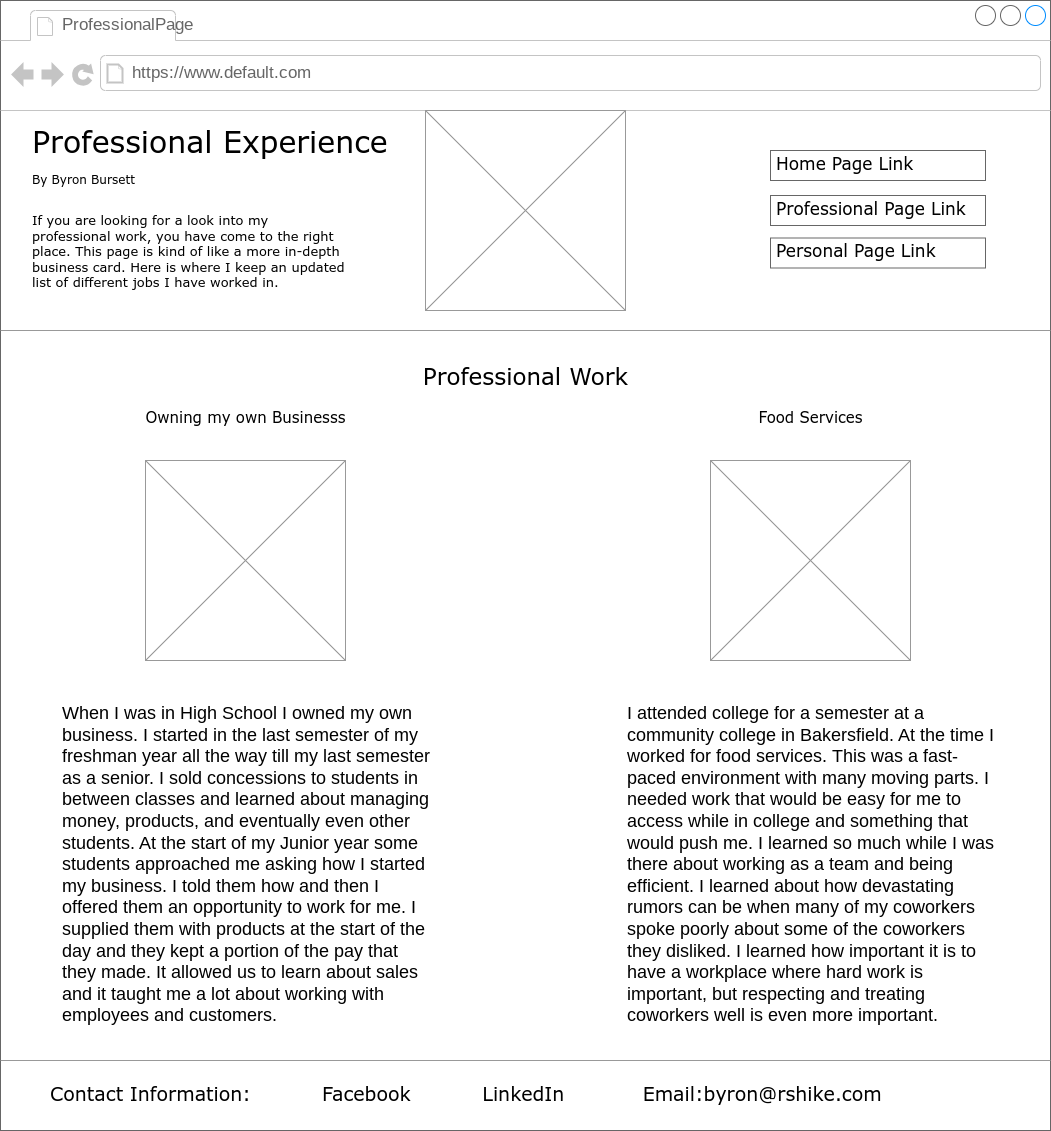
Before: personalwebsite/images/Professional Page.drawio.png, a diagram exported from draw.io (pizzapie000/wdd130). Source tidied: cells renumbered, new cells last; positions are measured from the earlier drawing's top-left corner, leaving out a move shared by most shapes. The source it was exported from:
```xml
<mxGraphModel background="#ffffff">
  <root>
    <mxCell id="0" />
    <mxCell id="1" parent="0" />
    <mxCell id="2" style="strokeWidth=1;shadow=0;dashed=0;align=center;html=1;shape=mxgraph.mockup.containers.browserWindow;rSize=0;strokeColor=#666666;mainText=,;rounded=0;labelBackgroundColor=none;fontFamily=Verdana;fontSize=12;" parent="1" vertex="1">
      <mxGeometry width="1050" height="1130" as="geometry" />
    </mxCell>
    <mxCell id="3" value="ProfessionalPage" style="strokeWidth=1;shadow=0;dashed=0;align=center;html=1;shape=mxgraph.mockup.containers.anchor;fontSize=17;fontColor=#666666;align=left;" parent="2" vertex="1">
      <mxGeometry x="60" y="12" width="110" height="26" as="geometry" />
    </mxCell>
    <mxCell id="4" value="https://www.default.com" style="strokeWidth=1;shadow=0;dashed=0;align=center;html=1;shape=mxgraph.mockup.containers.anchor;rSize=0;fontSize=17;fontColor=#666666;align=left;" parent="2" vertex="1">
      <mxGeometry x="130" y="60" width="250" height="26" as="geometry" />
    </mxCell>
    <mxCell id="5" value="Professional Experience" style="text;html=1;align=left;verticalAlign=top;spacingTop=-4;fontSize=30;fontFamily=Verdana;" parent="2" vertex="1">
      <mxGeometry x="30" y="120" width="340" height="50" as="geometry" />
    </mxCell>
    <mxCell id="6" value="&lt;font style=&quot;font-size: 13px;&quot;&gt;If you are looking for a look into my professional work, you have come to the right place. This page is kind of like a more in-depth business card. Here is where I keep an updated list of different jobs I have worked in.&lt;/font&gt;" style="text;html=1;align=left;verticalAlign=top;spacingTop=-4;fontSize=12;fontFamily=Verdana;whiteSpace=wrap;" parent="2" vertex="1">
      <mxGeometry x="30" y="210" width="320" height="85" as="geometry" />
    </mxCell>
    <mxCell id="7" value="By Byron Bursett" style="text;html=1;align=left;verticalAlign=top;spacingTop=-4;fontSize=12;fontFamily=Verdana;whiteSpace=wrap;" parent="2" vertex="1">
      <mxGeometry x="30" y="170" width="240" height="40" as="geometry" />
    </mxCell>
    <mxCell id="8" style="verticalLabelPosition=bottom;shadow=0;dashed=0;align=center;html=1;verticalAlign=top;strokeWidth=1;shape=mxgraph.mockup.markup.line;strokeColor=#999999;rounded=0;labelBackgroundColor=none;fillColor=#ffffff;fontFamily=Verdana;fontSize=12;fontColor=#000000;" parent="2" vertex="1">
      <mxGeometry y="320" width="1050" height="20" as="geometry" />
    </mxCell>
    <mxCell id="9" value="Owning my own Businesss" style="text;html=1;align=center;verticalAlign=top;spacingTop=-4;fontSize=15;fontFamily=Verdana;" parent="2" vertex="1">
      <mxGeometry x="110" y="405" width="270" height="30" as="geometry" />
    </mxCell>
    <mxCell id="10" value="&lt;font style=&quot;font-size: 18px;&quot;&gt;When I was in High School I owned my own business. I started in the last semester of my freshman year all the way till my last semester as a senior. I sold concessions to students in between classes and learned about managing money, products, and eventually even other students. At the start of my Junior year some students approached me asking how I started my business. I told them how and then I offered them an opportunity to work for me. I supplied them with products at the start of the day and they kept a portion of the pay that they made. It allowed us to learn about sales and it taught me a lot about working with employees and customers.&lt;/font&gt;" style="text;spacingTop=-5;whiteSpace=wrap;html=1;align=left;fontSize=12;fontFamily=Helvetica;fillColor=none;strokeColor=none;rounded=0;shadow=1;labelBackgroundColor=none;" parent="2" vertex="1">
      <mxGeometry x="60" y="700" width="370" height="400" as="geometry" />
    </mxCell>
    <mxCell id="11" style="verticalLabelPosition=bottom;shadow=0;dashed=0;align=center;html=1;verticalAlign=top;strokeWidth=1;shape=mxgraph.mockup.graphics.simpleIcon;strokeColor=#999999;fillColor=#ffffff;rounded=0;labelBackgroundColor=none;fontFamily=Verdana;fontSize=12;fontColor=#000000;" parent="2" vertex="1">
      <mxGeometry x="145" y="460" width="200" height="200" as="geometry" />
    </mxCell>
    <mxCell id="12" value="&lt;font style=&quot;font-size: 23px;&quot;&gt;Professional Work&lt;/font&gt;" style="text;html=1;align=center;verticalAlign=top;spacingTop=-4;fontSize=15;fontFamily=Verdana;" parent="2" vertex="1">
      <mxGeometry x="365" y="360" width="320" height="30" as="geometry" />
    </mxCell>
    <mxCell id="13" style="verticalLabelPosition=bottom;shadow=0;dashed=0;align=center;html=1;verticalAlign=top;strokeWidth=1;shape=mxgraph.mockup.graphics.simpleIcon;strokeColor=#999999;fillColor=#ffffff;rounded=0;labelBackgroundColor=none;fontFamily=Verdana;fontSize=12;fontColor=#000000;" parent="2" vertex="1">
      <mxGeometry x="425" y="110" width="200" height="200" as="geometry" />
    </mxCell>
    <mxCell id="14" value="&lt;font color=&quot;#000000&quot; face=&quot;Verdana&quot;&gt;Professional Page Link&lt;/font&gt;" style="strokeWidth=1;shadow=0;dashed=0;align=center;html=1;shape=mxgraph.mockup.text.textBox;fontColor=#666666;align=left;fontSize=17;spacingLeft=4;spacingTop=-3;whiteSpace=wrap;strokeColor=#666666;mainText=;" parent="2" vertex="1">
      <mxGeometry x="770" y="195" width="215" height="30" as="geometry" />
    </mxCell>
    <mxCell id="15" value="&lt;font color=&quot;#000000&quot; face=&quot;Verdana&quot;&gt;Personal Page Link&lt;/font&gt;" style="strokeWidth=1;shadow=0;dashed=0;align=center;html=1;shape=mxgraph.mockup.text.textBox;fontColor=#666666;align=left;fontSize=17;spacingLeft=4;spacingTop=-3;whiteSpace=wrap;strokeColor=#666666;mainText=;" parent="2" vertex="1">
      <mxGeometry x="770" y="237.5" width="215" height="30" as="geometry" />
    </mxCell>
    <mxCell id="16" style="verticalLabelPosition=bottom;shadow=0;dashed=0;align=center;html=1;verticalAlign=top;strokeWidth=1;shape=mxgraph.mockup.graphics.simpleIcon;strokeColor=#999999;fillColor=#ffffff;rounded=0;labelBackgroundColor=none;fontFamily=Verdana;fontSize=12;fontColor=#000000;" parent="2" vertex="1">
      <mxGeometry x="710" y="460" width="200" height="200" as="geometry" />
    </mxCell>
    <mxCell id="17" value="Food Services" style="text;html=1;align=center;verticalAlign=top;spacingTop=-4;fontSize=15;fontFamily=Verdana;" parent="2" vertex="1">
      <mxGeometry x="675" y="405" width="270" height="30" as="geometry" />
    </mxCell>
    <mxCell id="18" value="&lt;font style=&quot;font-size: 18px;&quot;&gt;I attended college for a semester at a community college in Bakersfield. At the time I worked for food services. This was a fast-paced environment with many moving parts. I needed work that would be easy for me to access while in college and something that would push me. I learned so much while I was there about working as a team and being efficient. I learned about how devastating rumors can be when many of my coworkers spoke poorly about some of the coworkers they disliked. I learned how important it is to have a workplace where hard work is important, but respecting and treating coworkers well is even more important.&lt;/font&gt;" style="text;spacingTop=-5;whiteSpace=wrap;html=1;align=left;fontSize=12;fontFamily=Helvetica;fillColor=none;strokeColor=none;rounded=0;shadow=1;labelBackgroundColor=none;" parent="2" vertex="1">
      <mxGeometry x="625" y="700" width="370" height="400" as="geometry" />
    </mxCell>
    <mxCell id="19" style="verticalLabelPosition=bottom;shadow=0;dashed=0;align=center;html=1;verticalAlign=top;strokeWidth=1;shape=mxgraph.mockup.markup.line;strokeColor=#999999;rounded=0;labelBackgroundColor=none;fillColor=#ffffff;fontFamily=Verdana;fontSize=12;fontColor=#000000;" parent="2" vertex="1">
      <mxGeometry y="1050" width="1050" height="20" as="geometry" />
    </mxCell>
    <mxCell id="20" value="&lt;font style=&quot;font-size: 19px;&quot;&gt;Contact Information:&lt;/font&gt;" style="text;html=1;align=center;verticalAlign=top;spacingTop=-4;fontSize=15;fontFamily=Verdana;" parent="2" vertex="1">
      <mxGeometry x="15" y="1080" width="270" height="30" as="geometry" />
    </mxCell>
    <mxCell id="21" value="&lt;font style=&quot;font-size: 19px;&quot;&gt;Facebook &lt;span style=&quot;white-space: pre;&quot;&gt;&#9;&lt;span style=&quot;white-space: pre;&quot;&gt;&#9;&lt;/span&gt;&lt;/span&gt;LinkedIn &lt;span style=&quot;white-space: pre;&quot;&gt;&#9;&lt;/span&gt;&lt;span style=&quot;white-space: pre;&quot;&gt;&#9;&lt;/span&gt;Email:byron@rshike.com&lt;/font&gt;" style="text;html=1;align=left;verticalAlign=top;spacingTop=-4;fontSize=15;fontFamily=Verdana;" parent="2" vertex="1">
      <mxGeometry x="320" y="1080" width="710" height="30" as="geometry" />
    </mxCell>
    <mxCell id="22" value="&lt;font face=&quot;Verdana&quot; color=&quot;#000000&quot;&gt;Home Page Link&lt;/font&gt;" style="strokeWidth=1;shadow=0;dashed=0;align=center;html=1;shape=mxgraph.mockup.text.textBox;fontColor=#666666;align=left;fontSize=17;spacingLeft=4;spacingTop=-3;whiteSpace=wrap;strokeColor=#666666;mainText=;" parent="2" vertex="1">
      <mxGeometry x="770" y="150" width="215" height="30" as="geometry" />
    </mxCell>
  </root>
</mxGraphModel>
```
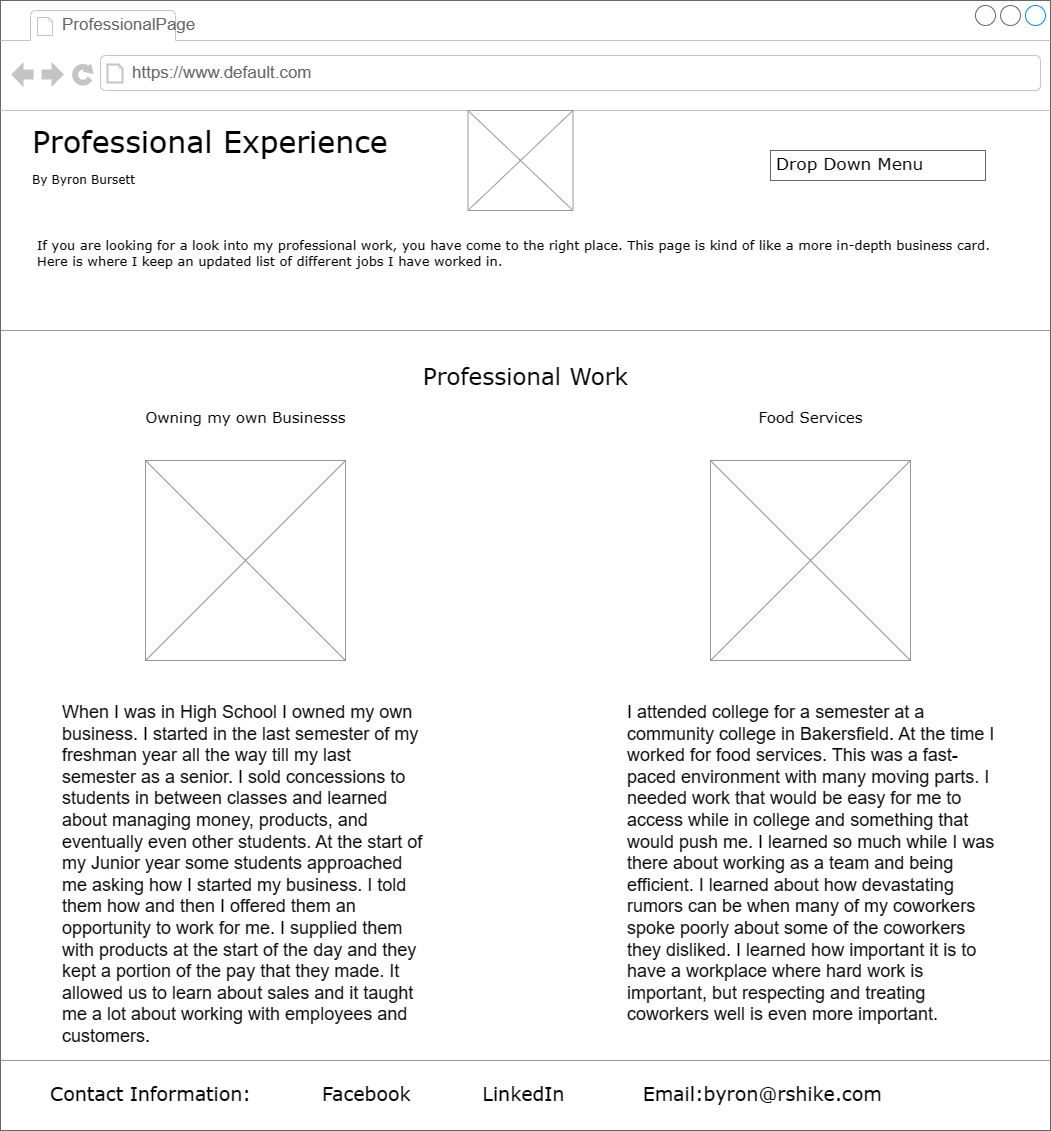
The same diagram one commit later.

What changed in the source:
```diff
@@ -15,7 +15,7 @@
       <mxGeometry x="30" y="120" width="340" height="50" as="geometry" />
     </mxCell>
     <mxCell id="6" value="&lt;font style=&quot;font-size: 13px;&quot;&gt;If you are looking for a look into my professional work, you have come to the right place. This page is kind of like a more in-depth business card. Here is where I keep an updated list of different jobs I have worked in.&lt;/font&gt;" style="text;html=1;align=left;verticalAlign=top;spacingTop=-4;fontSize=12;fontFamily=Verdana;whiteSpace=wrap;" parent="2" vertex="1">
-      <mxGeometry x="30" y="210" width="320" height="85" as="geometry" />
+      <mxGeometry x="35" y="235" width="980" height="85" as="geometry" />
     </mxCell>
     <mxCell id="7" value="By Byron Bursett" style="text;html=1;align=left;verticalAlign=top;spacingTop=-4;fontSize=12;fontFamily=Verdana;whiteSpace=wrap;" parent="2" vertex="1">
       <mxGeometry x="30" y="170" width="240" height="40" as="geometry" />
@@ -36,14 +36,8 @@
       <mxGeometry x="365" y="360" width="320" height="30" as="geometry" />
     </mxCell>
     <mxCell id="13" style="verticalLabelPosition=bottom;shadow=0;dashed=0;align=center;html=1;verticalAlign=top;strokeWidth=1;shape=mxgraph.mockup.graphics.simpleIcon;strokeColor=#999999;fillColor=#ffffff;rounded=0;labelBackgroundColor=none;fontFamily=Verdana;fontSize=12;fontColor=#000000;" parent="2" vertex="1">
-      <mxGeometry x="425" y="110" width="200" height="200" as="geometry" />
+      <mxGeometry x="467.5" y="110" width="105" height="100" as="geometry" />
     </mxCell>
-    <mxCell id="14" value="&lt;font color=&quot;#000000&quot; face=&quot;Verdana&quot;&gt;Professional Page Link&lt;/font&gt;" style="strokeWidth=1;shadow=0;dashed=0;align=center;html=1;shape=mxgraph.mockup.text.textBox;fontColor=#666666;align=left;fontSize=17;spacingLeft=4;spacingTop=-3;whiteSpace=wrap;strokeColor=#666666;mainText=;" parent="2" vertex="1">
-      <mxGeometry x="770" y="195" width="215" height="30" as="geometry" />
-    </mxCell>
-    <mxCell id="15" value="&lt;font color=&quot;#000000&quot; face=&quot;Verdana&quot;&gt;Personal Page Link&lt;/font&gt;" style="strokeWidth=1;shadow=0;dashed=0;align=center;html=1;shape=mxgraph.mockup.text.textBox;fontColor=#666666;align=left;fontSize=17;spacingLeft=4;spacingTop=-3;whiteSpace=wrap;strokeColor=#666666;mainText=;" parent="2" vertex="1">
-      <mxGeometry x="770" y="237.5" width="215" height="30" as="geometry" />
-    </mxCell>
     <mxCell id="16" style="verticalLabelPosition=bottom;shadow=0;dashed=0;align=center;html=1;verticalAlign=top;strokeWidth=1;shape=mxgraph.mockup.graphics.simpleIcon;strokeColor=#999999;fillColor=#ffffff;rounded=0;labelBackgroundColor=none;fontFamily=Verdana;fontSize=12;fontColor=#000000;" parent="2" vertex="1">
       <mxGeometry x="710" y="460" width="200" height="200" as="geometry" />
     </mxCell>
@@ -62,7 +56,7 @@
     <mxCell id="21" value="&lt;font style=&quot;font-size: 19px;&quot;&gt;Facebook &lt;span style=&quot;white-space: pre;&quot;&gt;&#9;&lt;span style=&quot;white-space: pre;&quot;&gt;&#9;&lt;/span&gt;&lt;/span&gt;LinkedIn &lt;span style=&quot;white-space: pre;&quot;&gt;&#9;&lt;/span&gt;&lt;span style=&quot;white-space: pre;&quot;&gt;&#9;&lt;/span&gt;Email:byron@rshike.com&lt;/font&gt;" style="text;html=1;align=left;verticalAlign=top;spacingTop=-4;fontSize=15;fontFamily=Verdana;" parent="2" vertex="1">
       <mxGeometry x="320" y="1080" width="710" height="30" as="geometry" />
     </mxCell>
-    <mxCell id="22" value="&lt;font face=&quot;Verdana&quot; color=&quot;#000000&quot;&gt;Home Page Link&lt;/font&gt;" style="strokeWidth=1;shadow=0;dashed=0;align=center;html=1;shape=mxgraph.mockup.text.textBox;fontColor=#666666;align=left;fontSize=17;spacingLeft=4;spacingTop=-3;whiteSpace=wrap;strokeColor=#666666;mainText=;" parent="2" vertex="1">
+    <mxCell id="22" value="&lt;font face=&quot;Verdana&quot; color=&quot;#000000&quot;&gt;Drop Down Menu&lt;/font&gt;" style="strokeWidth=1;shadow=0;dashed=0;align=center;html=1;shape=mxgraph.mockup.text.textBox;fontColor=#666666;align=left;fontSize=17;spacingLeft=4;spacingTop=-3;whiteSpace=wrap;strokeColor=#666666;mainText=;" parent="2" vertex="1">
       <mxGeometry x="770" y="150" width="215" height="30" as="geometry" />
     </mxCell>
   </root>
```
